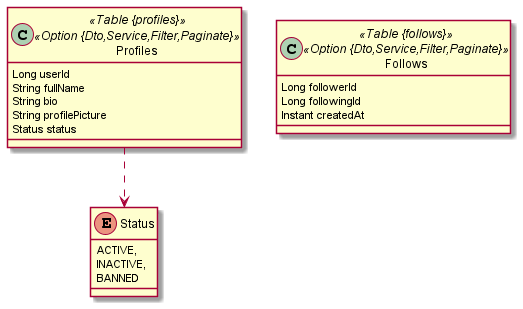
Earlier version of the PlantUML export infra/db/jdl/user_db.png (shegga9x/AppF4).
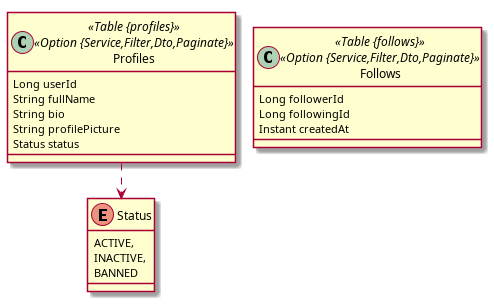
After the commit.

What changed in the source:
```diff
@@ -1,16 +1,17 @@
 @startuml
+	!pragma layout smetana
 	!pragma syntax class
 	enum Status {
 		ACTIVE,
 		INACTIVE,
 		BANNED
 	}
-	class Follows <<Table {follows}>><<Option {Dto,Service,Filter,Paginate}>> {
+	class Follows <<Table {follows}>><<Option {Service,Filter,Dto,Paginate}>> {
 		Long followerId
 		Long followingId
 		Instant createdAt
 	}
-	class Profiles <<Table {profiles}>><<Option {Dto,Service,Filter,Paginate}>> {
+	class Profiles <<Table {profiles}>><<Option {Service,Filter,Dto,Paginate}>> {
 		Long userId
 		String fullName
 		String bio
```
